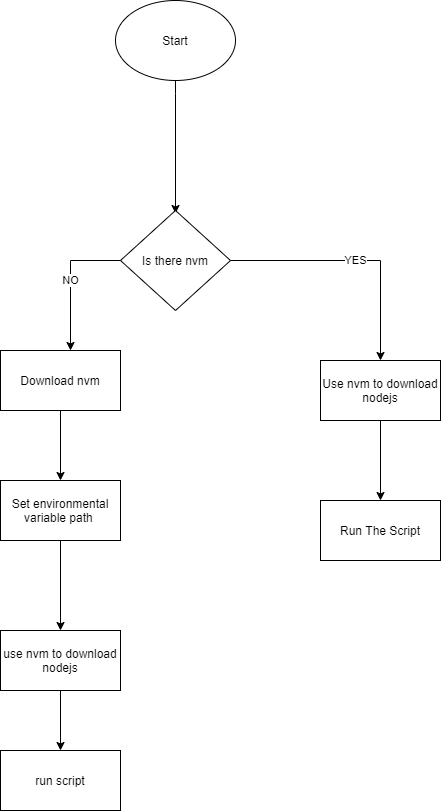
This is implementationflow.png from sammychinedu2ky/powershellautomation, a draw.io export, as it was before one commit. Source tidied: cells renumbered, new cells last; positions are measured from the earlier drawing's top-left corner, leaving out a move shared by most shapes.
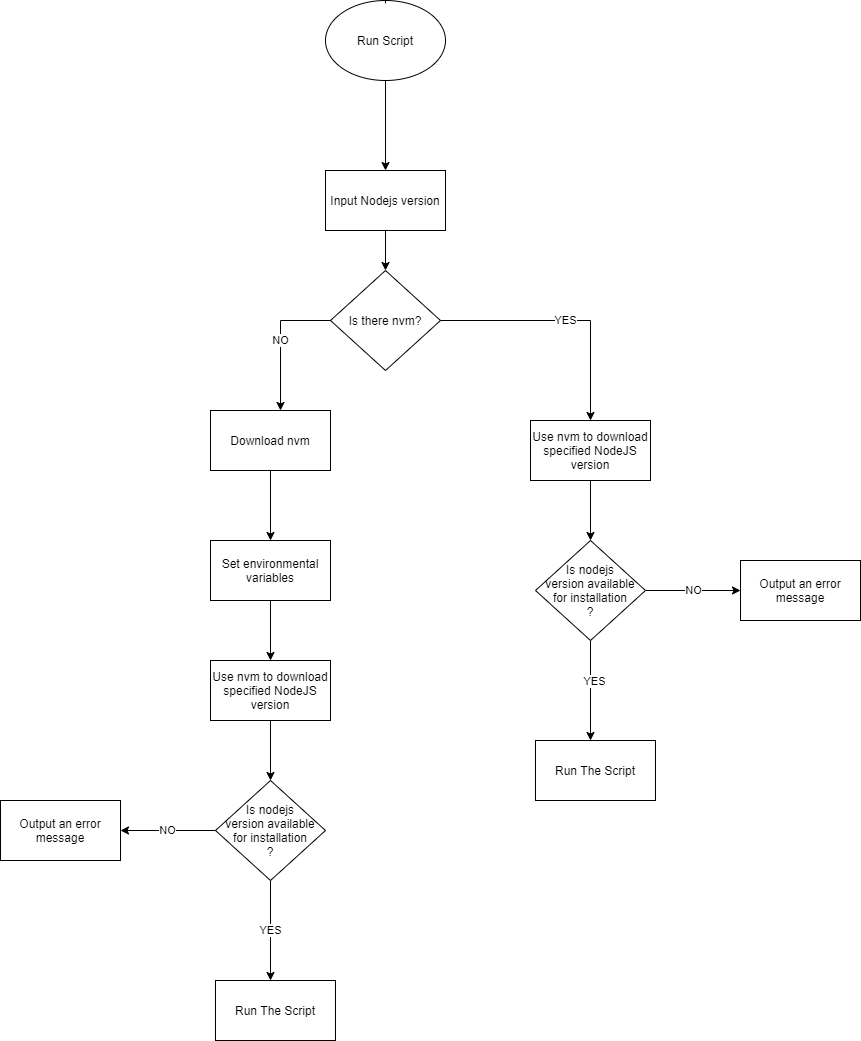
The same diagram one commit later.

What changed in the source:
```diff
@@ -2,19 +2,9 @@
   <root>
     <mxCell id="0" />
     <mxCell id="1" parent="0" />
-    <mxCell id="2" style="edgeStyle=orthogonalEdgeStyle;rounded=0;orthogonalLoop=1;jettySize=auto;html=1;" parent="1" edge="1">
-      <mxGeometry relative="1" as="geometry">
-        <mxPoint x="175" y="72.9" as="sourcePoint" />
-        <mxPoint x="175" y="213" as="targetPoint" />
-        <Array as="points">
-          <mxPoint x="175" y="93" />
-          <mxPoint x="175" y="93" />
-        </Array>
-      </mxGeometry>
+    <mxCell id="2" style="edgeStyle=orthogonalEdgeStyle;rounded=0;jettySize=auto;html=1;entryX=0.5;entryY=0;entryDx=0;entryDy=0;startArrow=none;" parent="1" edge="1" source="3" target="18">
+      <mxGeometry relative="1" as="geometry" />
     </mxCell>
-    <mxCell id="3" value="Start" style="ellipse;whiteSpace=wrap;html=1;" parent="1" vertex="1">
-      <mxGeometry x="115" width="120" height="80" as="geometry" />
-    </mxCell>
     <mxCell id="4" style="edgeStyle=orthogonalEdgeStyle;rounded=0;jettySize=auto;html=1;" parent="1" edge="1" source="5">
       <mxGeometry relative="1" as="geometry">
         <mxPoint x="60" y="480" as="targetPoint" />
@@ -23,13 +13,18 @@
     <mxCell id="5" value="Download nvm" style="rounded=0;whiteSpace=wrap;html=1;" parent="1" vertex="1">
       <mxGeometry y="350" width="120" height="60" as="geometry" />
     </mxCell>
-    <mxCell id="6" style="edgeStyle=orthogonalEdgeStyle;rounded=0;jettySize=auto;html=1;" parent="1" edge="1" source="7" target="14">
-      <mxGeometry relative="1" as="geometry" />
+    <mxCell id="6" style="edgeStyle=orthogonalEdgeStyle;rounded=0;jettySize=auto;html=1;" parent="1" edge="1" source="7">
+      <mxGeometry relative="1" as="geometry">
+        <mxPoint x="60" y="600" as="targetPoint" />
+      </mxGeometry>
     </mxCell>
-    <mxCell id="7" value="Set environmental variable path&amp;nbsp;" style="rounded=0;whiteSpace=wrap;html=1;" parent="1" vertex="1">
+    <mxCell id="7" value="Set environmental variables" style="rounded=0;whiteSpace=wrap;html=1;" parent="1" vertex="1">
       <mxGeometry y="480" width="120" height="60" as="geometry" />
     </mxCell>
+    <mxCell id="17" style="edgeStyle=orthogonalEdgeStyle;rounded=0;jettySize=auto;html=1;" parent="1" edge="1" source="18" target="8">
+      <mxGeometry relative="1" as="geometry" />
+    </mxCell>
-    <mxCell id="8" value="Is there nvm" style="rhombus;whiteSpace=wrap;html=1;" parent="1" vertex="1">
+    <mxCell id="8" value="Is there nvm?" style="rhombus;whiteSpace=wrap;html=1;" parent="1" vertex="1">
       <mxGeometry x="120" y="210" width="110" height="100" as="geometry" />
     </mxCell>
     <mxCell id="9" value="YES" style="endArrow=classic;html=1;rounded=0;edgeStyle=orthogonalEdgeStyle;exitX=1;exitY=0.5;exitDx=0;exitDy=0;" parent="1" edge="1">
@@ -41,24 +36,25 @@
         </Array>
       </mxGeometry>
     </mxCell>
-    <mxCell id="10" style="edgeStyle=orthogonalEdgeStyle;rounded=0;jettySize=auto;html=1;" parent="1" edge="1" source="11" target="12">
-      <mxGeometry relative="1" as="geometry" />
+    <mxCell id="10" style="edgeStyle=orthogonalEdgeStyle;rounded=0;jettySize=auto;html=1;" parent="1" edge="1" source="11">
+      <mxGeometry relative="1" as="geometry">
+        <mxPoint x="380" y="480" as="targetPoint" />
+      </mxGeometry>
     </mxCell>
-    <mxCell id="11" value="Use nvm to download nodejs" style="rounded=0;whiteSpace=wrap;html=1;" parent="1" vertex="1">
+    <mxCell id="11" value="Use nvm to download specified NodeJS version" style="rounded=0;whiteSpace=wrap;html=1;" parent="1" vertex="1">
       <mxGeometry x="320" y="360" width="120" height="60" as="geometry" />
     </mxCell>
     <mxCell id="12" value="Run The Script" style="rounded=0;whiteSpace=wrap;html=1;" parent="1" vertex="1">
-      <mxGeometry x="320" y="500" width="120" height="60" as="geometry" />
+      <mxGeometry x="325" y="680" width="120" height="60" as="geometry" />
     </mxCell>
-    <mxCell id="13" style="edgeStyle=orthogonalEdgeStyle;rounded=0;jettySize=auto;html=1;" parent="1" edge="1" source="14" target="15">
-      <mxGeometry relative="1" as="geometry" />
+    <mxCell id="13" style="edgeStyle=orthogonalEdgeStyle;rounded=0;jettySize=auto;html=1;" parent="1" edge="1" source="14">
+      <mxGeometry relative="1" as="geometry">
+        <mxPoint x="60" y="720" as="targetPoint" />
+      </mxGeometry>
     </mxCell>
-    <mxCell id="14" value="use nvm to download nodejs" style="rounded=0;whiteSpace=wrap;html=1;" parent="1" vertex="1">
-      <mxGeometry y="630" width="120" height="60" as="geometry" />
+    <mxCell id="14" value="Use nvm to download specified NodeJS version" style="rounded=0;whiteSpace=wrap;html=1;" parent="1" vertex="1">
+      <mxGeometry y="600" width="120" height="60" as="geometry" />
     </mxCell>
-    <mxCell id="15" value="run script" style="rounded=0;whiteSpace=wrap;html=1;" parent="1" vertex="1">
-      <mxGeometry y="750" width="120" height="60" as="geometry" />
-    </mxCell>
     <mxCell id="16" value="NO" style="endArrow=classic;html=1;rounded=0;edgeStyle=orthogonalEdgeStyle;exitX=0;exitY=0.5;exitDx=0;exitDy=0;" parent="1" edge="1" source="8">
       <mxGeometry relative="1" as="geometry">
         <mxPoint x="70" y="350" as="targetPoint" />
@@ -67,5 +63,54 @@
         </Array>
       </mxGeometry>
     </mxCell>
+    <mxCell id="18" value="Input Nodejs version" style="rounded=0;whiteSpace=wrap;html=1;" parent="1" vertex="1">
+      <mxGeometry x="115" y="110" width="120" height="60" as="geometry" />
+    </mxCell>
+    <mxCell id="3" value="Run Script" style="ellipse;whiteSpace=wrap;html=1;" parent="1" vertex="1">
+      <mxGeometry x="115" y="-60" width="120" height="80" as="geometry" />
+    </mxCell>
+    <mxCell id="19" style="edgeStyle=orthogonalEdgeStyle;rounded=0;jettySize=auto;html=1;entryX=0.5;entryY=0;entryDx=0;entryDy=0;endArrow=none;" parent="1" edge="1" target="3">
+      <mxGeometry relative="1" as="geometry">
+        <mxPoint x="175" y="-57.1" as="sourcePoint" />
+      </mxGeometry>
+    </mxCell>
+    <mxCell id="20" value="NO" style="edgeStyle=orthogonalEdgeStyle;rounded=0;jettySize=auto;html=1;" parent="1" edge="1" source="23">
+      <mxGeometry relative="1" as="geometry">
+        <mxPoint x="530" y="530" as="targetPoint" />
+      </mxGeometry>
+    </mxCell>
+    <mxCell id="21" style="edgeStyle=orthogonalEdgeStyle;rounded=0;jettySize=auto;html=1;" parent="1" edge="1" source="23">
+      <mxGeometry relative="1" as="geometry">
+        <mxPoint x="380" y="680" as="targetPoint" />
+      </mxGeometry>
+    </mxCell>
+    <mxCell id="22" value="YES" style="edgeLabel;html=1;align=center;verticalAlign=middle;" parent="21" vertex="1">
+      <mxGeometry x="-0.2" y="3" relative="1" as="geometry" />
+    </mxCell>
+    <mxCell id="23" value="Is nodejs&lt;br&gt;version available&lt;br&gt;for installation&lt;br&gt;?" style="rhombus;whiteSpace=wrap;html=1;" parent="1" vertex="1">
+      <mxGeometry x="325" y="480" width="110" height="100" as="geometry" />
+    </mxCell>
+    <mxCell id="24" value="Output an error message" style="rounded=0;whiteSpace=wrap;html=1;" parent="1" vertex="1">
+      <mxGeometry x="530" y="500" width="120" height="60" as="geometry" />
+    </mxCell>
+    <mxCell id="25" value="YES" style="edgeStyle=orthogonalEdgeStyle;rounded=0;jettySize=auto;html=1;" parent="1" edge="1" source="27">
+      <mxGeometry relative="1" as="geometry">
+        <mxPoint x="60" y="920" as="targetPoint" />
+      </mxGeometry>
+    </mxCell>
+    <mxCell id="26" value="NO" style="edgeStyle=orthogonalEdgeStyle;rounded=0;jettySize=auto;html=1;" parent="1" edge="1" source="27">
+      <mxGeometry relative="1" as="geometry">
+        <mxPoint x="-90" y="770" as="targetPoint" />
+      </mxGeometry>
+    </mxCell>
+    <mxCell id="27" value="Is nodejs&lt;br&gt;version available&lt;br&gt;for installation&lt;br&gt;?" style="rhombus;whiteSpace=wrap;html=1;" parent="1" vertex="1">
+      <mxGeometry x="5" y="720" width="110" height="100" as="geometry" />
+    </mxCell>
+    <mxCell id="28" value="Output an error message" style="rounded=0;whiteSpace=wrap;html=1;" parent="1" vertex="1">
+      <mxGeometry x="-210" y="740" width="120" height="60" as="geometry" />
+    </mxCell>
+    <mxCell id="29" value="Run The Script" style="rounded=0;whiteSpace=wrap;html=1;" parent="1" vertex="1">
+      <mxGeometry x="5" y="920" width="120" height="60" as="geometry" />
+    </mxCell>
   </root>
 </mxGraphModel>
```
